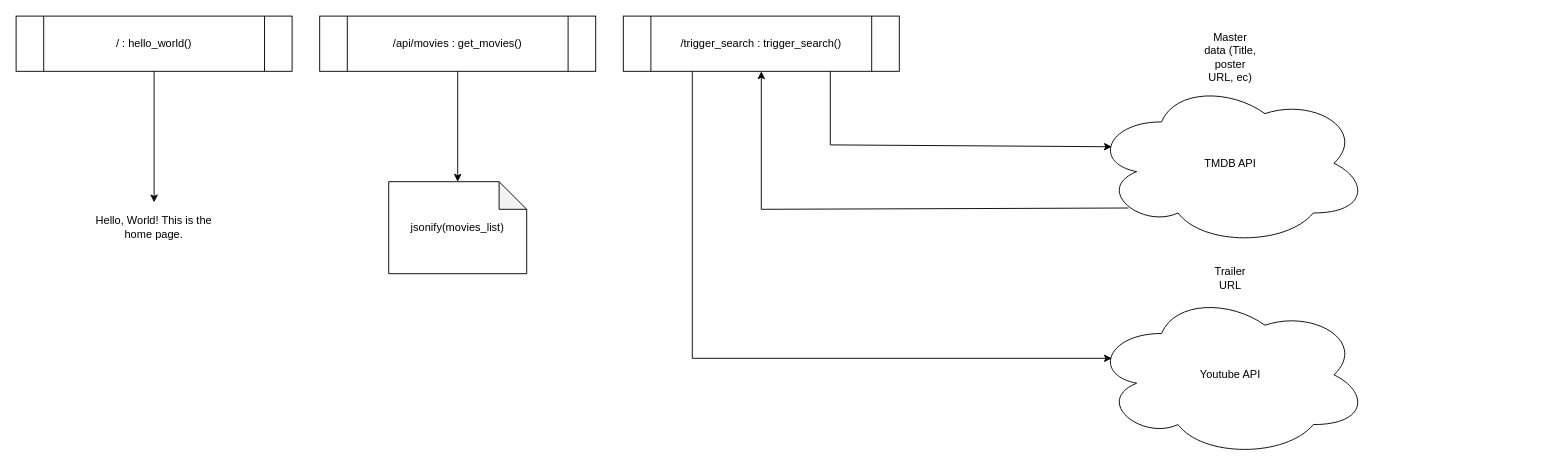
This is ScareScreen.drawio from FrancoisMarais101/ScareScreen, a draw.io file, before an edit. Source tidied: cells renumbered, new cells numbered last; positions are measured from the earlier drawing's top-left corner, leaving out a move shared by most shapes. Both pictures are drawn from the tidied source at 92%, with x=0, y=0 at pixel (16, 16).
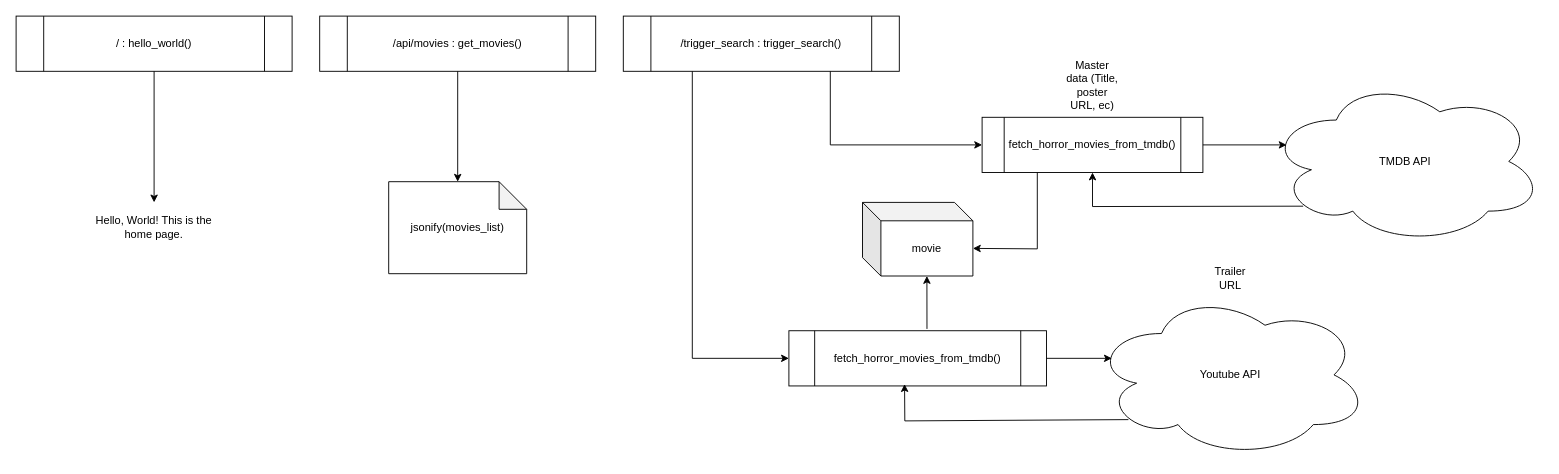
The same page after the edit.

The change refers to these unchanged cells:
```xml
<mxCell id="2" value="/trigger_search&amp;nbsp;: trigger_search()" style="shape=process;whiteSpace=wrap;html=1;backgroundOutline=1;" parent="1" vertex="1">
  <mxGeometry x="660" width="300" height="60" as="geometry" />
</mxCell>
<mxCell id="10" value="Youtube API" style="ellipse;shape=cloud;whiteSpace=wrap;html=1;" parent="1" vertex="1">
  <mxGeometry x="1170" y="300" width="300" height="180" as="geometry" />
</mxCell>
```

The edit, as a diff of the source:
```diff
@@
     <mxCell id="9" value="TMDB API" style="ellipse;shape=cloud;whiteSpace=wrap;html=1;" parent="1" vertex="1">
-      <mxGeometry x="1170" y="70" width="300" height="180" as="geometry" />
+      <mxGeometry x="1360" y="68" width="300" height="180" as="geometry" />
     </mxCell>
@@
-    <mxCell id="11" style="endArrow=classic;html=1;rounded=0;exitX=0.75;exitY=1;exitDx=0;exitDy=0;entryX=0.07;entryY=0.4;entryDx=0;entryDy=0;entryPerimeter=0;" parent="1" edge="1" source="2" target="9">
+    <mxCell id="11" style="endArrow=classic;html=1;rounded=0;exitX=0.75;exitY=1;exitDx=0;exitDy=0;entryX=0;entryY=0.5;entryDx=0;entryDy=0;" parent="1" edge="1" source="2" target="16">
       <mxGeometry relative="1" as="geometry">
         <Array as="points">
           <mxPoint x="885" y="140" />
         </Array>
       </mxGeometry>
     </mxCell>
-    <mxCell id="12" style="endArrow=classic;html=1;rounded=0;exitX=0.13;exitY=0.77;exitDx=0;exitDy=0;exitPerimeter=0;entryX=0.5;entryY=1;entryDx=0;entryDy=0;" parent="1" edge="1" source="9" target="2">
+    <mxCell id="12" style="endArrow=classic;html=1;rounded=0;exitX=0.13;exitY=0.77;exitDx=0;exitDy=0;exitPerimeter=0;entryX=0.5;entryY=1;entryDx=0;entryDy=0;" parent="1" edge="1" source="9" target="16">
       <mxGeometry relative="1" as="geometry">
         <Array as="points">
-          <mxPoint x="810" y="210" />
+          <mxPoint x="1170" y="207" />
         </Array>
       </mxGeometry>
     </mxCell>
-    <mxCell id="13" style="endArrow=classic;html=1;rounded=0;entryX=0.07;entryY=0.4;entryDx=0;entryDy=0;entryPerimeter=0;exitX=0.25;exitY=1;exitDx=0;exitDy=0;" parent="1" edge="1" source="2" target="10">
+    <mxCell id="13" style="endArrow=classic;html=1;rounded=0;exitX=0.25;exitY=1;exitDx=0;exitDy=0;entryX=0;entryY=0.5;entryDx=0;entryDy=0;" parent="1" edge="1" source="2" target="19">
       <mxGeometry relative="1" as="geometry">
         <Array as="points">
           <mxPoint x="735" y="372" />
         </Array>
       </mxGeometry>
     </mxCell>
     <mxCell id="14" value="Master data (Title, poster URL, ec)" style="text;html=1;strokeColor=none;fillColor=none;align=center;verticalAlign=middle;whiteSpace=wrap;rounded=0;" parent="1" vertex="1">
-      <mxGeometry x="1290" y="30" width="60" height="30" as="geometry" />
+      <mxGeometry x="1140" y="60" width="60" height="30" as="geometry" />
     </mxCell>
@@
+    <mxCell id="16" value="fetch_horror_movies_from_tmdb()" style="shape=process;whiteSpace=wrap;html=1;backgroundOutline=1;" parent="1" vertex="1">
+      <mxGeometry x="1050" y="110" width="240" height="60" as="geometry" />
+    </mxCell>
+    <mxCell id="17" style="endArrow=classic;html=1;rounded=0;exitX=1;exitY=0.5;exitDx=0;exitDy=0;entryX=0.07;entryY=0.4;entryDx=0;entryDy=0;entryPerimeter=0;" parent="1" edge="1" source="16" target="9">
+      <mxGeometry relative="1" as="geometry" />
+    </mxCell>
+    <mxCell id="18" value="movie" style="shape=cube;whiteSpace=wrap;html=1;boundedLbl=1;backgroundOutline=1;darkOpacity=0.05;darkOpacity2=0.1;" parent="1" vertex="1">
+      <mxGeometry x="920" y="202.5" width="120" height="80" as="geometry" />
+    </mxCell>
+    <mxCell id="19" value="fetch_horror_movies_from_tmdb()" style="shape=process;whiteSpace=wrap;html=1;backgroundOutline=1;" parent="1" vertex="1">
+      <mxGeometry x="840" y="342" width="280" height="60" as="geometry" />
+    </mxCell>
+    <mxCell id="20" style="endArrow=classic;html=1;rounded=0;exitX=1;exitY=0.5;exitDx=0;exitDy=0;entryX=0.07;entryY=0.4;entryDx=0;entryDy=0;entryPerimeter=0;" parent="1" edge="1" source="19" target="10">
+      <mxGeometry relative="1" as="geometry" />
+    </mxCell>
+    <mxCell id="21" style="endArrow=classic;html=1;rounded=0;exitX=0.13;exitY=0.77;exitDx=0;exitDy=0;exitPerimeter=0;entryX=0.449;entryY=0.967;entryDx=0;entryDy=0;entryPerimeter=0;" parent="1" edge="1" source="10" target="19">
+      <mxGeometry relative="1" as="geometry">
+        <Array as="points">
+          <mxPoint x="966" y="440" />
+        </Array>
+      </mxGeometry>
+    </mxCell>
+    <mxCell id="22" style="endArrow=classic;html=1;rounded=0;exitX=0.536;exitY=-0.033;exitDx=0;exitDy=0;exitPerimeter=0;entryX=0;entryY=0;entryDx=70;entryDy=80;entryPerimeter=0;" parent="1" edge="1" source="19" target="18">
+      <mxGeometry relative="1" as="geometry" />
+    </mxCell>
+    <mxCell id="23" style="endArrow=classic;html=1;rounded=0;exitX=0.25;exitY=1;exitDx=0;exitDy=0;entryX=0;entryY=0;entryDx=120;entryDy=50;entryPerimeter=0;" parent="1" edge="1" source="16" target="18">
+      <mxGeometry relative="1" as="geometry">
+        <Array as="points">
+          <mxPoint x="1110" y="253" />
+        </Array>
+      </mxGeometry>
+    </mxCell>
```
